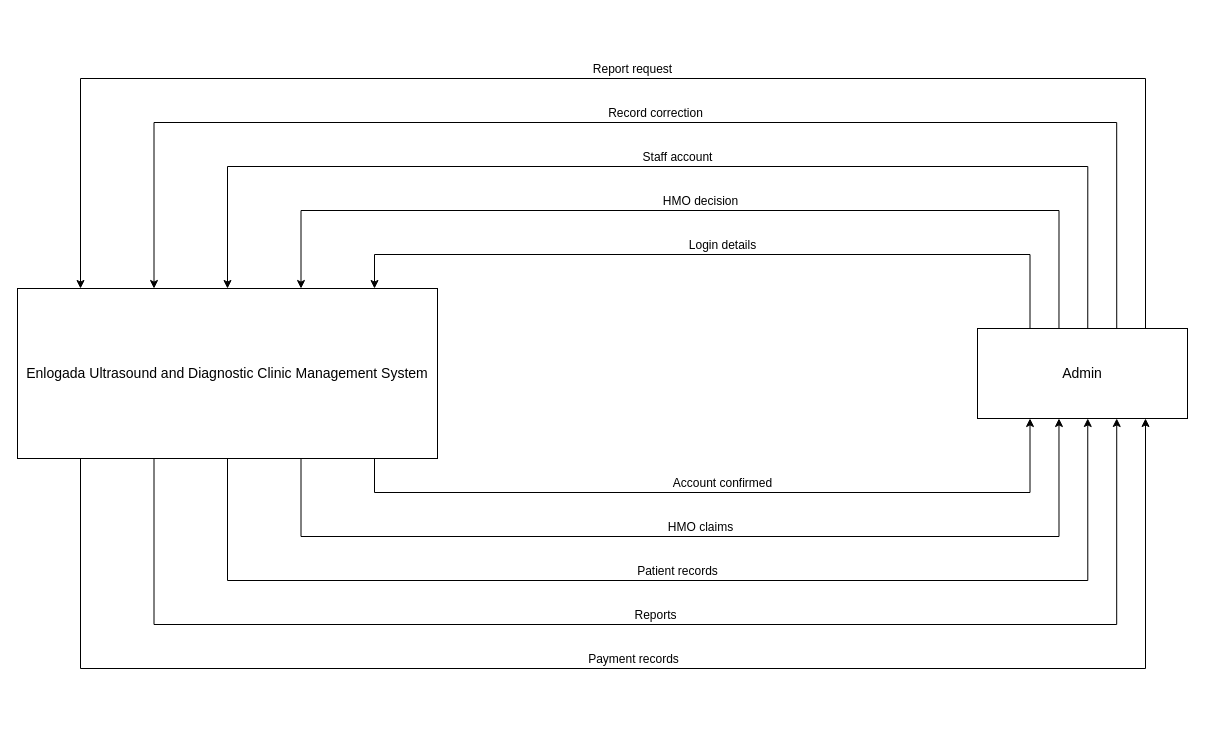
This is page "Admin" (3 of 9) of docs/diagrams/dfd-level0.drawio from Diazzzz-cpu/Enlogada-Clinic-Management-System, a draw.io file, before an edit. Source tidied: cells renumbered, new cells numbered last; positions are measured from the earlier drawing's top-left corner, leaving out a move shared by most shapes. Both pictures are drawn from the tidied source at 100%, with x=0, y=0 at pixel (17, 78).
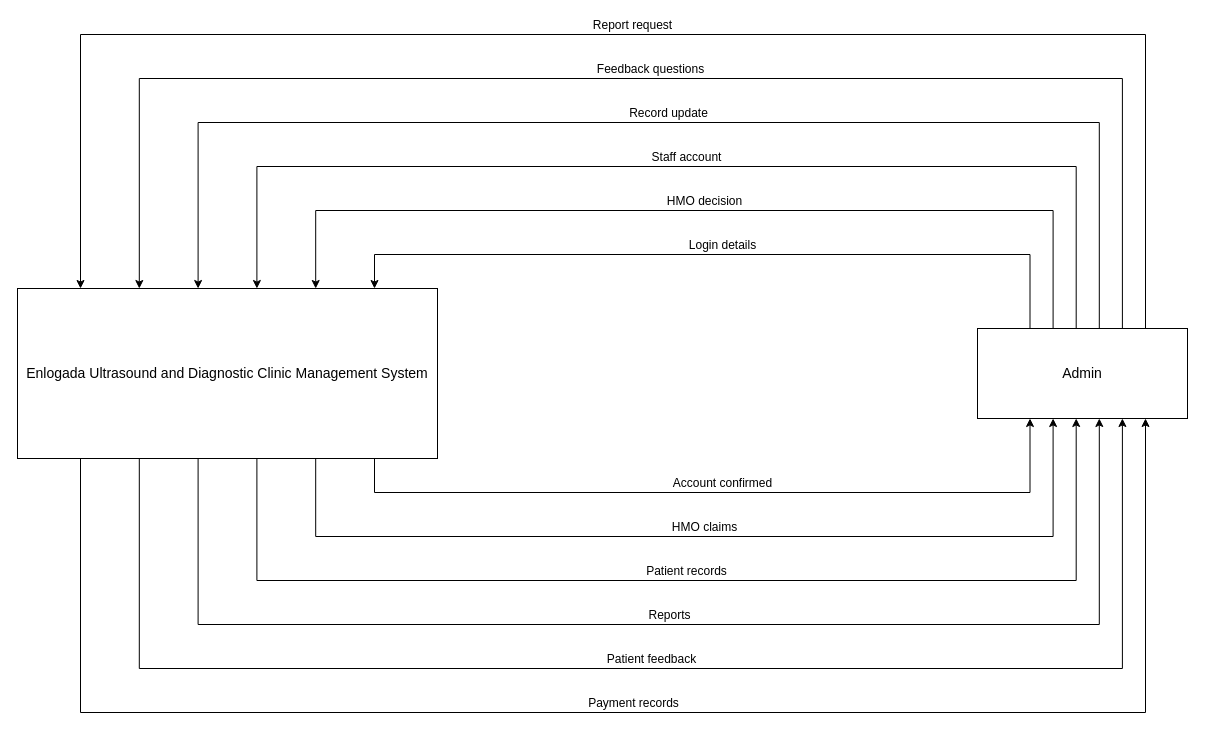
The same diagram, later.

Unchanged cells that the change refers to:
```xml
<mxCell id="2" value="Enlogada Ultrasound and Diagnostic Clinic Management System" style="rounded=0;whiteSpace=wrap;html=1;verticalAlign=middle;fontFamily=Helvetica;fontSize=14;fontColor=#000000;strokeColor=#000000;" parent="1" vertex="1">
  <mxGeometry y="210" width="420" height="170" as="geometry" />
</mxCell>
<mxCell id="3" value="Admin" style="rounded=0;whiteSpace=wrap;html=1;fontFamily=Helvetica;fontSize=14;fontColor=#000000;strokeColor=#000000;" parent="1" vertex="1">
  <mxGeometry x="960" y="250" width="210" height="90" as="geometry" />
</mxCell>
```

Change to the diagram source:
```diff
@@
-    <mxCell id="5" value="HMO decision" style="edgeStyle=orthogonalEdgeStyle;rounded=0;html=1;verticalAlign=bottom;fontFamily=Helvetica;fontSize=12;fontColor=#000000;strokeColor=#000000;exitX=0.388;exitY=0;exitDx=0;exitDy=0;entryX=0.675;entryY=0;entryDx=0;entryDy=0;" parent="1" edge="1" source="3" target="2">
+    <mxCell id="5" value="HMO decision" style="edgeStyle=orthogonalEdgeStyle;rounded=0;html=1;verticalAlign=bottom;fontFamily=Helvetica;fontSize=12;fontColor=#000000;strokeColor=#000000;exitX=0.360;exitY=0;exitDx=0;exitDy=0;entryX=0.710;entryY=0;entryDx=0;entryDy=0;" parent="1" edge="1" source="3" target="2">
       <mxGeometry relative="1" as="geometry">
         <Array as="points">
-          <mxPoint x="1041.4" y="132" />
-          <mxPoint x="283.5" y="132" />
+          <mxPoint x="1035.6" y="132" />
+          <mxPoint x="298.2" y="132" />
         </Array>
       </mxGeometry>
     </mxCell>
-    <mxCell id="6" value="Staff account" style="edgeStyle=orthogonalEdgeStyle;rounded=0;html=1;verticalAlign=bottom;fontFamily=Helvetica;fontSize=12;fontColor=#000000;strokeColor=#000000;exitX=0.525;exitY=0;exitDx=0;exitDy=0;entryX=0.500;entryY=0;entryDx=0;entryDy=0;" parent="1" edge="1" source="3" target="2">
+    <mxCell id="6" value="Staff account" style="edgeStyle=orthogonalEdgeStyle;rounded=0;html=1;verticalAlign=bottom;fontFamily=Helvetica;fontSize=12;fontColor=#000000;strokeColor=#000000;exitX=0.470;exitY=0;exitDx=0;exitDy=0;entryX=0.570;entryY=0;entryDx=0;entryDy=0;" parent="1" edge="1" source="3" target="2">
       <mxGeometry relative="1" as="geometry">
         <Array as="points">
-          <mxPoint x="1070.2" y="88" />
-          <mxPoint x="210" y="88" />
+          <mxPoint x="1058.7" y="88" />
+          <mxPoint x="239.4" y="88" />
         </Array>
       </mxGeometry>
     </mxCell>
-    <mxCell id="7" value="Record correction" style="edgeStyle=orthogonalEdgeStyle;rounded=0;html=1;verticalAlign=bottom;fontFamily=Helvetica;fontSize=12;fontColor=#000000;strokeColor=#000000;exitX=0.663;exitY=0;exitDx=0;exitDy=0;entryX=0.325;entryY=0;entryDx=0;entryDy=0;" parent="1" edge="1" source="3" target="2">
+    <mxCell id="7" value="Record update" style="edgeStyle=orthogonalEdgeStyle;rounded=0;html=1;verticalAlign=bottom;fontFamily=Helvetica;fontSize=12;fontColor=#000000;strokeColor=#000000;exitX=0.580;exitY=0;exitDx=0;exitDy=0;entryX=0.430;entryY=0;entryDx=0;entryDy=0;" parent="1" edge="1" source="3" target="2">
       <mxGeometry relative="1" as="geometry">
         <Array as="points">
-          <mxPoint x="1099.1" y="44" />
-          <mxPoint x="136.5" y="44" />
+          <mxPoint x="1081.8" y="44" />
+          <mxPoint x="180.6" y="44" />
         </Array>
       </mxGeometry>
     </mxCell>
-    <mxCell id="8" value="Report request" style="edgeStyle=orthogonalEdgeStyle;rounded=0;html=1;verticalAlign=bottom;fontFamily=Helvetica;fontSize=12;fontColor=#000000;strokeColor=#000000;exitX=0.800;exitY=0;exitDx=0;exitDy=0;entryX=0.150;entryY=0;entryDx=0;entryDy=0;" parent="1" edge="1" source="3" target="2">
+    <mxCell id="8" value="Feedback questions" style="edgeStyle=orthogonalEdgeStyle;rounded=0;html=1;verticalAlign=bottom;fontFamily=Helvetica;fontSize=12;fontColor=#000000;strokeColor=#000000;exitX=0.690;exitY=0;exitDx=0;exitDy=0;entryX=0.290;entryY=0;entryDx=0;entryDy=0;" parent="1" edge="1" source="3" target="2">
       <mxGeometry relative="1" as="geometry">
         <Array as="points">
-          <mxPoint x="1128" />
-          <mxPoint x="63" />
+          <mxPoint x="1104.9" />
+          <mxPoint x="121.8" />
         </Array>
       </mxGeometry>
     </mxCell>
-    <mxCell id="9" value="Account confirmed" style="edgeStyle=orthogonalEdgeStyle;rounded=0;html=1;verticalAlign=bottom;fontFamily=Helvetica;fontSize=12;fontColor=#000000;strokeColor=#000000;exitX=0.850;exitY=1;exitDx=0;exitDy=0;entryX=0.250;entryY=1;entryDx=0;entryDy=0;" parent="1" edge="1" source="2" target="3">
+    <mxCell id="9" value="Report request" style="edgeStyle=orthogonalEdgeStyle;rounded=0;html=1;verticalAlign=bottom;fontFamily=Helvetica;fontSize=12;fontColor=#000000;strokeColor=#000000;exitX=0.800;exitY=0;exitDx=0;exitDy=0;entryX=0.150;entryY=0;entryDx=0;entryDy=0;" parent="1" edge="1" source="3" target="2">
       <mxGeometry relative="1" as="geometry">
         <Array as="points">
-          <mxPoint x="357" y="414" />
-          <mxPoint x="1012.5" y="414" />
+          <mxPoint x="1128" y="-44" />
+          <mxPoint x="63" y="-44" />
         </Array>
       </mxGeometry>
     </mxCell>
-    <mxCell id="10" value="HMO claims" style="edgeStyle=orthogonalEdgeStyle;rounded=0;html=1;verticalAlign=bottom;fontFamily=Helvetica;fontSize=12;fontColor=#000000;strokeColor=#000000;exitX=0.675;exitY=1;exitDx=0;exitDy=0;entryX=0.388;entryY=1;entryDx=0;entryDy=0;" parent="1" edge="1" source="2" target="3">
+    <mxCell id="10" value="Account confirmed" style="edgeStyle=orthogonalEdgeStyle;rounded=0;html=1;verticalAlign=bottom;fontFamily=Helvetica;fontSize=12;fontColor=#000000;strokeColor=#000000;exitX=0.850;exitY=1;exitDx=0;exitDy=0;entryX=0.250;entryY=1;entryDx=0;entryDy=0;" parent="1" edge="1" source="2" target="3">
       <mxGeometry relative="1" as="geometry">
         <Array as="points">
-          <mxPoint x="283.5" y="458" />
-          <mxPoint x="1041.4" y="458" />
+          <mxPoint x="357" y="414" />
+          <mxPoint x="1012.5" y="414" />
         </Array>
       </mxGeometry>
     </mxCell>
-    <mxCell id="11" value="Patient records" style="edgeStyle=orthogonalEdgeStyle;rounded=0;html=1;verticalAlign=bottom;fontFamily=Helvetica;fontSize=12;fontColor=#000000;strokeColor=#000000;exitX=0.500;exitY=1;exitDx=0;exitDy=0;entryX=0.525;entryY=1;entryDx=0;entryDy=0;" parent="1" edge="1" source="2" target="3">
+    <mxCell id="11" value="HMO claims" style="edgeStyle=orthogonalEdgeStyle;rounded=0;html=1;verticalAlign=bottom;fontFamily=Helvetica;fontSize=12;fontColor=#000000;strokeColor=#000000;exitX=0.710;exitY=1;exitDx=0;exitDy=0;entryX=0.360;entryY=1;entryDx=0;entryDy=0;" parent="1" edge="1" source="2" target="3">
       <mxGeometry relative="1" as="geometry">
         <Array as="points">
-          <mxPoint x="210" y="502" />
-          <mxPoint x="1070.2" y="502" />
+          <mxPoint x="298.2" y="458" />
+          <mxPoint x="1035.6" y="458" />
         </Array>
       </mxGeometry>
     </mxCell>
-    <mxCell id="12" value="Reports" style="edgeStyle=orthogonalEdgeStyle;rounded=0;html=1;verticalAlign=bottom;fontFamily=Helvetica;fontSize=12;fontColor=#000000;strokeColor=#000000;exitX=0.325;exitY=1;exitDx=0;exitDy=0;entryX=0.663;entryY=1;entryDx=0;entryDy=0;" parent="1" edge="1" source="2" target="3">
+    <mxCell id="12" value="Patient records" style="edgeStyle=orthogonalEdgeStyle;rounded=0;html=1;verticalAlign=bottom;fontFamily=Helvetica;fontSize=12;fontColor=#000000;strokeColor=#000000;exitX=0.570;exitY=1;exitDx=0;exitDy=0;entryX=0.470;entryY=1;entryDx=0;entryDy=0;" parent="1" edge="1" source="2" target="3">
       <mxGeometry relative="1" as="geometry">
         <Array as="points">
-          <mxPoint x="136.5" y="546" />
-          <mxPoint x="1099.1" y="546" />
+          <mxPoint x="239.4" y="502" />
+          <mxPoint x="1058.7" y="502" />
         </Array>
       </mxGeometry>
     </mxCell>
-    <mxCell id="13" value="Payment records" style="edgeStyle=orthogonalEdgeStyle;rounded=0;html=1;verticalAlign=bottom;fontFamily=Helvetica;fontSize=12;fontColor=#000000;strokeColor=#000000;exitX=0.150;exitY=1;exitDx=0;exitDy=0;entryX=0.800;entryY=1;entryDx=0;entryDy=0;" parent="1" edge="1" source="2" target="3">
+    <mxCell id="13" value="Reports" style="edgeStyle=orthogonalEdgeStyle;rounded=0;html=1;verticalAlign=bottom;fontFamily=Helvetica;fontSize=12;fontColor=#000000;strokeColor=#000000;exitX=0.430;exitY=1;exitDx=0;exitDy=0;entryX=0.580;entryY=1;entryDx=0;entryDy=0;" parent="1" edge="1" source="2" target="3">
       <mxGeometry relative="1" as="geometry">
         <Array as="points">
-          <mxPoint x="63" y="590" />
-          <mxPoint x="1128" y="590" />
+          <mxPoint x="180.6" y="546" />
+          <mxPoint x="1081.8" y="546" />
         </Array>
       </mxGeometry>
     </mxCell>
+    <mxCell id="14" value="Patient feedback" style="edgeStyle=orthogonalEdgeStyle;rounded=0;html=1;verticalAlign=bottom;fontFamily=Helvetica;fontSize=12;fontColor=#000000;strokeColor=#000000;exitX=0.290;exitY=1;exitDx=0;exitDy=0;entryX=0.690;entryY=1;entryDx=0;entryDy=0;" parent="1" edge="1" source="2" target="3">
+      <mxGeometry relative="1" as="geometry">
+        <Array as="points">
+          <mxPoint x="121.8" y="590" />
+          <mxPoint x="1104.9" y="590" />
+        </Array>
+      </mxGeometry>
+    </mxCell>
+    <mxCell id="15" value="Payment records" style="edgeStyle=orthogonalEdgeStyle;rounded=0;html=1;verticalAlign=bottom;fontFamily=Helvetica;fontSize=12;fontColor=#000000;strokeColor=#000000;exitX=0.150;exitY=1;exitDx=0;exitDy=0;entryX=0.800;entryY=1;entryDx=0;entryDy=0;" parent="1" edge="1" source="2" target="3">
+      <mxGeometry relative="1" as="geometry">
+        <Array as="points">
+          <mxPoint x="63" y="634" />
+          <mxPoint x="1128" y="634" />
+        </Array>
+      </mxGeometry>
+    </mxCell>
```
